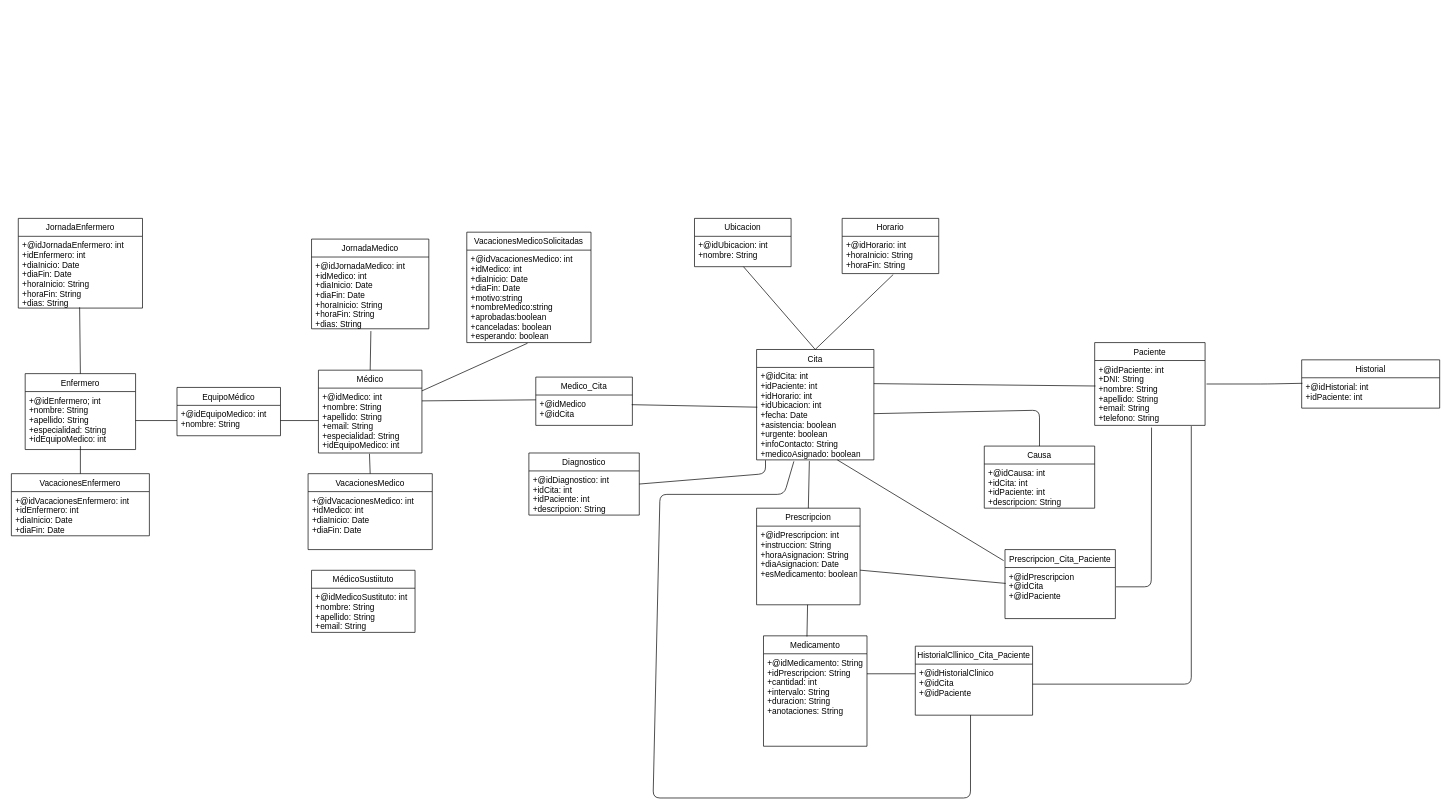
Before: BBDD/diseño/DiagramaIPS.G IPS.drawio in nicomencia/IPS21_L33, a draw.io diagram. Source tidied: cells renumbered, new cells numbered last; positions are measured from the earlier drawing's top-left corner, leaving out a move shared by most shapes. Both pictures are drawn from the tidied source at 69%, with x=0, y=0 at pixel (11, 218).
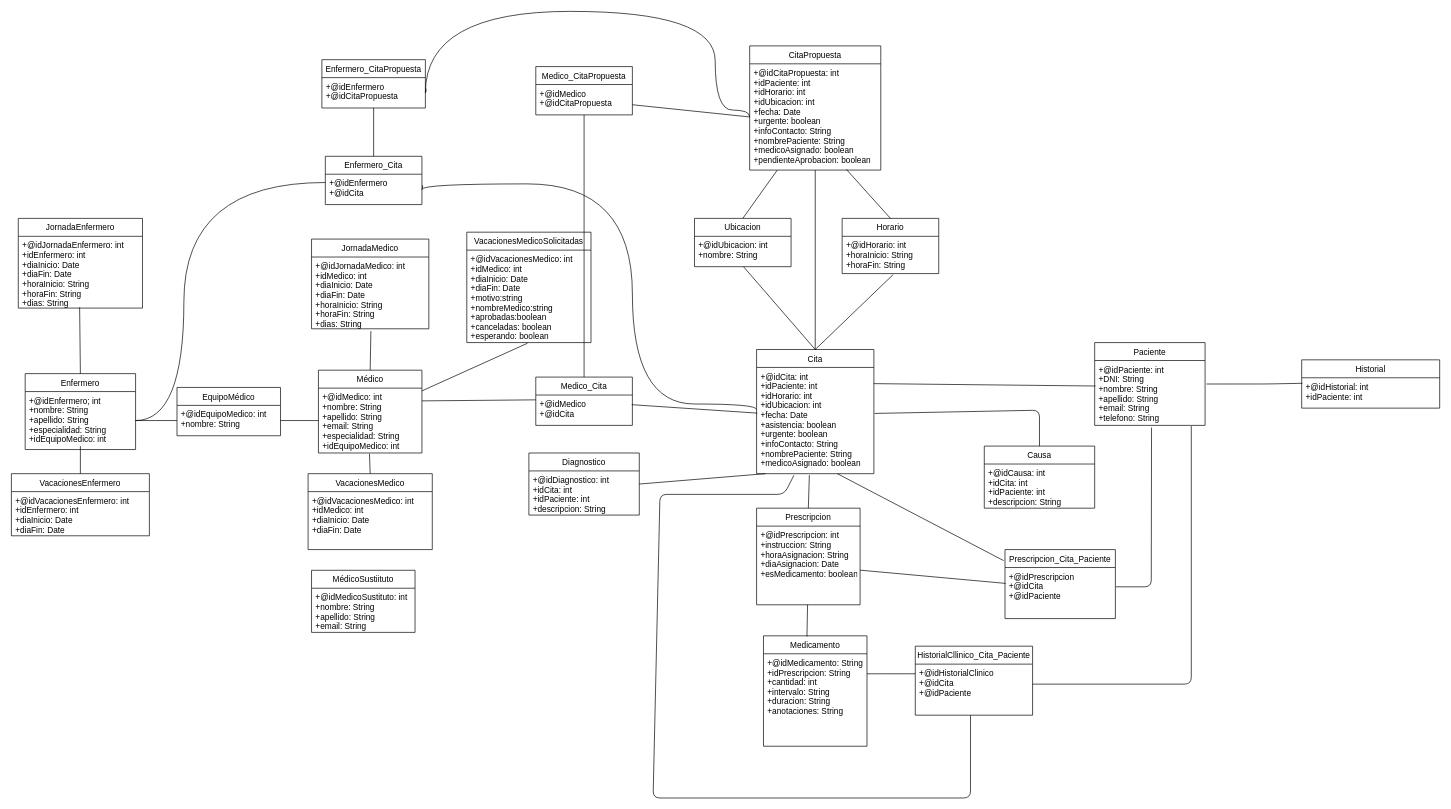
The same page after the edit.

The change refers to these unchanged cells:
```xml
<mxCell id="17" value="+@idEnfermero; int&#10;+nombre: String&#10;+apellido: String&#10;+especialidad: String&#10;+idEquipoMedico: int" style="text;strokeColor=none;fillColor=none;align=left;verticalAlign=top;spacingLeft=4;spacingRight=4;overflow=hidden;points=[[0,0.5],[1,0.5]];portConstraint=eastwest;" parent="16" vertex="1">
  <mxGeometry y="26" width="160" height="84" as="geometry" />
</mxCell>
<mxCell id="25" value="Ubicacion" style="swimlane;fontStyle=0;horizontal=1;startSize=26;fillColor=none;" parent="1" vertex="1">
  <mxGeometry x="990" width="140" height="70" as="geometry" />
</mxCell>
<mxCell id="34" value="Medico_Cita" style="swimlane;fontStyle=0;horizontal=1;startSize=26;fillColor=none;" parent="1" vertex="1">
  <mxGeometry x="760" y="230" width="140" height="70" as="geometry" />
</mxCell>
<mxCell id="44" value="Causa" style="swimlane;fontStyle=0;horizontal=1;startSize=26;fillColor=none;" parent="1" vertex="1">
  <mxGeometry x="1410" y="330" width="160" height="90" as="geometry" />
</mxCell>
<mxCell id="48" value="Horario" style="swimlane;fontStyle=0;horizontal=1;startSize=26;fillColor=none;" parent="1" vertex="1">
  <mxGeometry x="1204" width="140" height="80" as="geometry" />
</mxCell>
```

What changed in the source:
```diff
@@
+    <mxCell id="67" style="edgeStyle=none;rounded=0;jettySize=auto;html=1;exitX=0.5;exitY=0;exitDx=0;exitDy=0;endArrow=none;endFill=0;" parent="1" edge="1" source="25" target="72">
+      <mxGeometry relative="1" as="geometry" />
+    </mxCell>
@@
+    <mxCell id="68" style="edgeStyle=none;rounded=0;jettySize=auto;html=1;exitX=0.5;exitY=0;exitDx=0;exitDy=0;endArrow=none;endFill=0;" parent="1" edge="1" source="28" target="72">
+      <mxGeometry relative="1" as="geometry" />
+    </mxCell>
     <mxCell id="28" value="Cita" style="swimlane;fontStyle=0;horizontal=1;startSize=26;fillColor=none;" parent="1" vertex="1">
-      <mxGeometry x="1080" y="190" width="170" height="160" as="geometry" />
+      <mxGeometry x="1080" y="190" width="170" height="180" as="geometry" />
     </mxCell>
-    <mxCell id="29" value="+@idCita: int&#10;+idPaciente: int&#10;+idHorario: int&#10;+idUbicacion: int&#10;+fecha: Date&#10;+asistencia: boolean&#10;+urgente: boolean&#10;+infoContacto: String&#10;+medicoAsignado: boolean" style="text;strokeColor=none;fillColor=none;align=left;verticalAlign=top;spacingLeft=4;spacingRight=4;overflow=hidden;points=[[0,0.5],[1,0.5]];portConstraint=eastwest;" parent="28" vertex="1">
-      <mxGeometry y="26" width="170" height="134" as="geometry" />
+    <mxCell id="29" value="+@idCita: int&#10;+idPaciente: int&#10;+idHorario: int&#10;+idUbicacion: int&#10;+fecha: Date&#10;+asistencia: boolean&#10;+urgente: boolean&#10;+infoContacto: String&#10;+nombrePaciente: String&#10;+medicoAsignado: boolean" style="text;strokeColor=none;fillColor=none;align=left;verticalAlign=top;spacingLeft=4;spacingRight=4;overflow=hidden;points=[[0,0.5],[1,0.5]];portConstraint=eastwest;" parent="28" vertex="1">
+      <mxGeometry y="26" width="170" height="154" as="geometry" />
     </mxCell>
@@
+    <mxCell id="69" style="rounded=0;jettySize=auto;html=1;exitX=0.5;exitY=0;exitDx=0;exitDy=0;endArrow=none;endFill=0;" parent="1" edge="1" source="34" target="84">
+      <mxGeometry relative="1" as="geometry" />
+    </mxCell>
@@
-    <mxCell id="47" style="endArrow=none;html=1;strokeColor=#000000;entryX=1;entryY=0.5;entryDx=0;entryDy=0;exitX=0.5;exitY=0;exitDx=0;exitDy=0;" parent="1" edge="1" source="44" target="29">
+    <mxCell id="47" style="endArrow=none;html=1;strokeColor=#000000;entryX=1.006;entryY=0.433;entryDx=0;entryDy=0;exitX=0.5;exitY=0;exitDx=0;exitDy=0;entryPerimeter=0;" parent="1" edge="1" source="44" target="29">
       <mxGeometry relative="1" as="geometry">
         <Array as="points">
           <mxPoint x="1490" y="278" />
         </Array>
       </mxGeometry>
     </mxCell>
+    <mxCell id="70" style="edgeStyle=none;rounded=0;jettySize=auto;html=1;exitX=0.5;exitY=0;exitDx=0;exitDy=0;entryX=0.737;entryY=0.993;entryDx=0;entryDy=0;entryPerimeter=0;endArrow=none;endFill=0;" parent="1" edge="1" source="48" target="72">
+      <mxGeometry relative="1" as="geometry" />
+    </mxCell>
@@
+    <mxCell id="71" value="CitaPropuesta" style="swimlane;fontStyle=0;horizontal=1;startSize=26;fillColor=none;" parent="1" vertex="1">
+      <mxGeometry x="1070" y="-250" width="190" height="180" as="geometry" />
+    </mxCell>
+    <mxCell id="72" value="+@idCitaPropuesta: int&#10;+idPaciente: int&#10;+idHorario: int&#10;+idUbicacion: int&#10;+fecha: Date&#10;+urgente: boolean&#10;+infoContacto: String&#10;+nombrePaciente: String&#10;+medicoAsignado: boolean&#10;+pendienteAprobacion: boolean" style="text;strokeColor=none;fillColor=none;align=left;verticalAlign=top;spacingLeft=4;spacingRight=4;overflow=hidden;points=[[0,0.5],[1,0.5]];portConstraint=eastwest;" parent="71" vertex="1">
+      <mxGeometry y="26" width="190" height="154" as="geometry" />
+    </mxCell>
+    <mxCell id="73" value="Enfermero_Cita" style="swimlane;fontStyle=0;horizontal=1;startSize=26;fillColor=none;" parent="1" vertex="1">
+      <mxGeometry x="455" y="-90" width="140" height="70" as="geometry" />
+    </mxCell>
+    <mxCell id="74" value="+@idEnfermero&#10;+@idCita" style="text;strokeColor=none;fillColor=none;align=left;verticalAlign=top;spacingLeft=4;spacingRight=4;overflow=hidden;points=[[0,0.5],[1,0.5]];portConstraint=eastwest;" parent="73" vertex="1">
+      <mxGeometry y="26" width="140" height="44" as="geometry" />
+    </mxCell>
+    <mxCell id="75" style="edgeStyle=orthogonalEdgeStyle;curved=1;rounded=0;orthogonalLoop=1;jettySize=auto;html=1;exitX=1;exitY=0.5;exitDx=0;exitDy=0;entryX=1.007;entryY=0.364;entryDx=0;entryDy=0;entryPerimeter=0;endArrow=none;endFill=0;" parent="73" edge="1" source="74" target="74">
+      <mxGeometry relative="1" as="geometry" />
+    </mxCell>
+    <mxCell id="76" style="edgeStyle=orthogonalEdgeStyle;curved=1;rounded=0;jettySize=auto;html=1;exitX=1;exitY=0.5;exitDx=0;exitDy=0;entryX=0;entryY=0.273;entryDx=0;entryDy=0;entryPerimeter=0;endArrow=none;endFill=0;" parent="1" edge="1" source="17" target="74">
+      <mxGeometry relative="1" as="geometry">
+        <Array as="points">
+          <mxPoint x="250" y="293" />
+          <mxPoint x="250" y="-52" />
+        </Array>
+      </mxGeometry>
+    </mxCell>
+    <mxCell id="77" style="edgeStyle=orthogonalEdgeStyle;curved=1;rounded=0;jettySize=auto;html=1;exitX=1;exitY=0.5;exitDx=0;exitDy=0;entryX=0;entryY=0.396;entryDx=0;entryDy=0;entryPerimeter=0;endArrow=none;endFill=0;" parent="1" edge="1" source="74" target="29">
+      <mxGeometry relative="1" as="geometry">
+        <Array as="points">
+          <mxPoint x="595" y="-50" />
+          <mxPoint x="900" y="-50" />
+          <mxPoint x="900" y="269" />
+        </Array>
+      </mxGeometry>
+    </mxCell>
+    <mxCell id="78" value="Enfermero_CitaPropuesta" style="swimlane;fontStyle=0;horizontal=1;startSize=26;fillColor=none;" parent="1" vertex="1">
+      <mxGeometry x="450" y="-230" width="150" height="70" as="geometry" />
+    </mxCell>
+    <mxCell id="79" value="+@idEnfermero&#10;+@idCitaPropuesta" style="text;strokeColor=none;fillColor=none;align=left;verticalAlign=top;spacingLeft=4;spacingRight=4;overflow=hidden;points=[[0,0.5],[1,0.5]];portConstraint=eastwest;" parent="78" vertex="1">
+      <mxGeometry y="26" width="150" height="44" as="geometry" />
+    </mxCell>
+    <mxCell id="80" style="edgeStyle=orthogonalEdgeStyle;curved=1;rounded=0;orthogonalLoop=1;jettySize=auto;html=1;exitX=1;exitY=0.5;exitDx=0;exitDy=0;entryX=1.007;entryY=0.364;entryDx=0;entryDy=0;entryPerimeter=0;endArrow=none;endFill=0;" parent="78" edge="1" source="79" target="79">
+      <mxGeometry relative="1" as="geometry" />
+    </mxCell>
+    <mxCell id="81" style="endArrow=none;html=1;exitX=0.5;exitY=0;exitDx=0;exitDy=0;" parent="1" edge="1" source="73" target="79">
+      <mxGeometry relative="1" as="geometry" />
+    </mxCell>
+    <mxCell id="82" style="edgeStyle=orthogonalEdgeStyle;curved=1;rounded=0;jettySize=auto;html=1;exitX=1;exitY=0.5;exitDx=0;exitDy=0;endArrow=none;endFill=0;entryX=0;entryY=0.5;entryDx=0;entryDy=0;" parent="1" edge="1" source="79" target="72">
+      <mxGeometry relative="1" as="geometry">
+        <Array as="points">
+          <mxPoint x="600" y="-300" />
+          <mxPoint x="1020" y="-300" />
+          <mxPoint x="1020" y="-157" />
+        </Array>
+      </mxGeometry>
+    </mxCell>
+    <mxCell id="83" value="Medico_CitaPropuesta" style="swimlane;fontStyle=0;horizontal=1;startSize=26;fillColor=none;" parent="1" vertex="1">
+      <mxGeometry x="760" y="-220" width="140" height="70" as="geometry" />
+    </mxCell>
+    <mxCell id="84" value="+@idMedico&#10;+@idCitaPropuesta" style="text;strokeColor=none;fillColor=none;align=left;verticalAlign=top;spacingLeft=4;spacingRight=4;overflow=hidden;points=[[0,0.5],[1,0.5]];portConstraint=eastwest;" parent="83" vertex="1">
+      <mxGeometry y="26" width="140" height="44" as="geometry" />
+    </mxCell>
+    <mxCell id="85" style="edgeStyle=none;rounded=0;jettySize=auto;html=1;entryX=0;entryY=0.5;entryDx=0;entryDy=0;endArrow=none;endFill=0;" parent="1" edge="1" source="84" target="72">
+      <mxGeometry relative="1" as="geometry" />
+    </mxCell>
```
